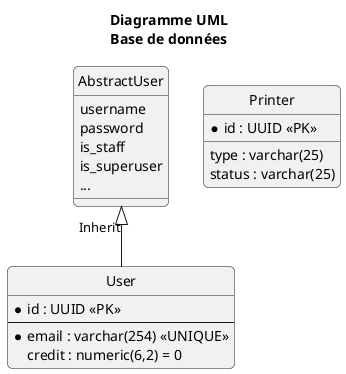
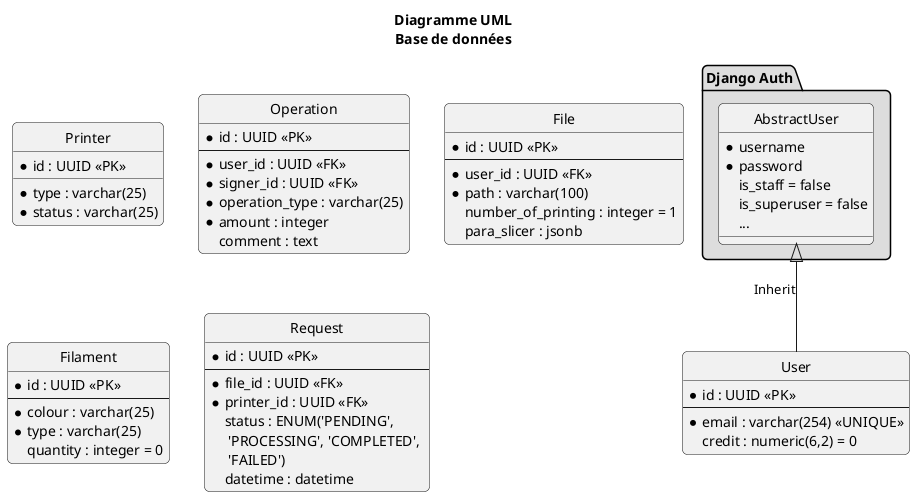
@startuml
title "  Diagramme UML \n Base de données"

' --- STYLE ---
hide circle
skinparam linetype ortho
skinparam shadowing false
skinparam roundcorner 10

' --- ENTITÉS ---
entity "User" as user {
  *id : UUID <<PK>>
  --
  *email : varchar(254) <<UNIQUE>>
  credit : numeric(6,2) = 0
}
+ package "Django Auth" #DDDDDD {
class "AbstractUser" as abstract_user {
-         username
-         password
-         is_staff
-         is_superuser
+         *username
+         *password
+         is_staff = false
+         is_superuser = false
        ...
    }
+ }
entity "Printer" as printer {
        *id : UUID <<PK>>
-         type : varchar(25)
-         status : varchar(25)
+         *type : varchar(25)
+         *status : varchar(25)
+ }
+ 
+ entity "Operation" as operation{
+         *id : UUID <<PK>>
+         --
+         *user_id : UUID <<FK>>
+         *signer_id : UUID <<FK>>
+         *operation_type : varchar(25)
+         *amount : integer
+         comment : text
+ }
+ entity "File" as file{
+         *id : UUID <<PK>>
+         --
+         *user_id : UUID <<FK>>
+         *path : varchar(100)
+         number_of_printing : integer = 1
+         para_slicer : jsonb
+ }
+ entity "Filament" as filament{
+         *id : UUID <<PK>>
+         --
+         *colour : varchar(25)
+         *type : varchar(25)
+         quantity : integer = 0
+ }
+ 
+ entity "Request" as request{
+         *id : UUID <<PK>>
+         --
+         *file_id : UUID <<FK>>
+         *printer_id : UUID <<FK>>
+         status : ENUM('PENDING', \n 'PROCESSING', 'COMPLETED', \n 'FAILED')
+         datetime : datetime
}

' --- RELATIONS ---
' ||-- = One (Obligatoire)
' }o-- = Many (Optionnel)

abstract_user <|-- user : Inherit

+ 
@enduml